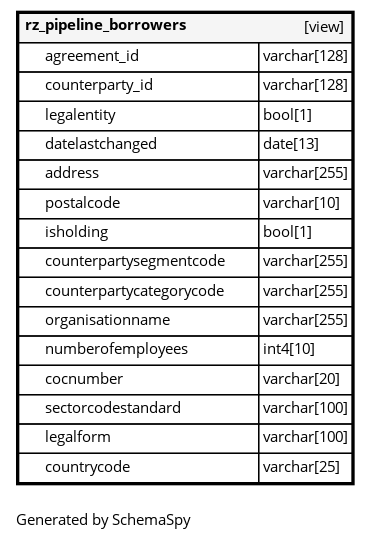
The Graphviz diagram FDA/v2022.2.x/diagrams/tables/rz_pipeline_borrowers.1degree.png in fyndoo/fyndoo.github.io, before a commit. Its source is kept beside it as FDA/v2022.2.x/diagrams/tables/rz_pipeline_borrowers.1degree.dot.
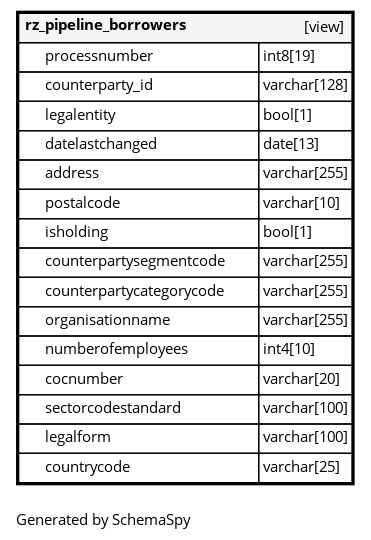
The same file after the commit.

Diff of the diagram source:
```diff
@@ -4,7 +4,7 @@
    label=<
     <TABLE BORDER="2" CELLBORDER="1" CELLSPACING="0" BGCOLOR="#ffffff">
       <TR><TD COLSPAN="4"  BGCOLOR="#f5f5f5"><TABLE BORDER="0" CELLSPACING="0"><TR><TD ALIGN="LEFT" FIXEDSIZE="TRUE" WIDTH="131" HEIGHT="16"><B>rz_pipeline_borrowers</B></TD><TD ALIGN="RIGHT">[view]</TD></TR></TABLE></TD></TR>
-      <TR><TD PORT="agreement_id" COLSPAN="2" ALIGN="LEFT"><TABLE BORDER="0" CELLSPACING="0" ALIGN="LEFT"><TR ALIGN="LEFT"><TD ALIGN="LEFT" FIXEDSIZE="TRUE" WIDTH="15" HEIGHT="16"></TD><TD ALIGN="LEFT" FIXEDSIZE="TRUE" WIDTH="159" HEIGHT="16">agreement_id</TD></TR></TABLE></TD><TD PORT="agreement_id.type" ALIGN="LEFT">varchar[128]</TD></TR>
+      <TR><TD PORT="processnumber" COLSPAN="2" ALIGN="LEFT"><TABLE BORDER="0" CELLSPACING="0" ALIGN="LEFT"><TR ALIGN="LEFT"><TD ALIGN="LEFT" FIXEDSIZE="TRUE" WIDTH="15" HEIGHT="16"></TD><TD ALIGN="LEFT" FIXEDSIZE="TRUE" WIDTH="159" HEIGHT="16">processnumber</TD></TR></TABLE></TD><TD PORT="processnumber.type" ALIGN="LEFT">int8[19]</TD></TR>
       <TR><TD PORT="counterparty_id" COLSPAN="2" ALIGN="LEFT"><TABLE BORDER="0" CELLSPACING="0" ALIGN="LEFT"><TR ALIGN="LEFT"><TD ALIGN="LEFT" FIXEDSIZE="TRUE" WIDTH="15" HEIGHT="16"></TD><TD ALIGN="LEFT" FIXEDSIZE="TRUE" WIDTH="159" HEIGHT="16">counterparty_id</TD></TR></TABLE></TD><TD PORT="counterparty_id.type" ALIGN="LEFT">varchar[128]</TD></TR>
       <TR><TD PORT="legalentity" COLSPAN="2" ALIGN="LEFT"><TABLE BORDER="0" CELLSPACING="0" ALIGN="LEFT"><TR ALIGN="LEFT"><TD ALIGN="LEFT" FIXEDSIZE="TRUE" WIDTH="15" HEIGHT="16"></TD><TD ALIGN="LEFT" FIXEDSIZE="TRUE" WIDTH="159" HEIGHT="16">legalentity</TD></TR></TABLE></TD><TD PORT="legalentity.type" ALIGN="LEFT">bool[1]</TD></TR>
       <TR><TD PORT="datelastchanged" COLSPAN="2" ALIGN="LEFT"><TABLE BORDER="0" CELLSPACING="0" ALIGN="LEFT"><TR ALIGN="LEFT"><TD ALIGN="LEFT" FIXEDSIZE="TRUE" WIDTH="15" HEIGHT="16"></TD><TD ALIGN="LEFT" FIXEDSIZE="TRUE" WIDTH="159" HEIGHT="16">datelastchanged</TD></TR></TABLE></TD><TD PORT="datelastchanged.type" ALIGN="LEFT">date[13]</TD></TR>
```
